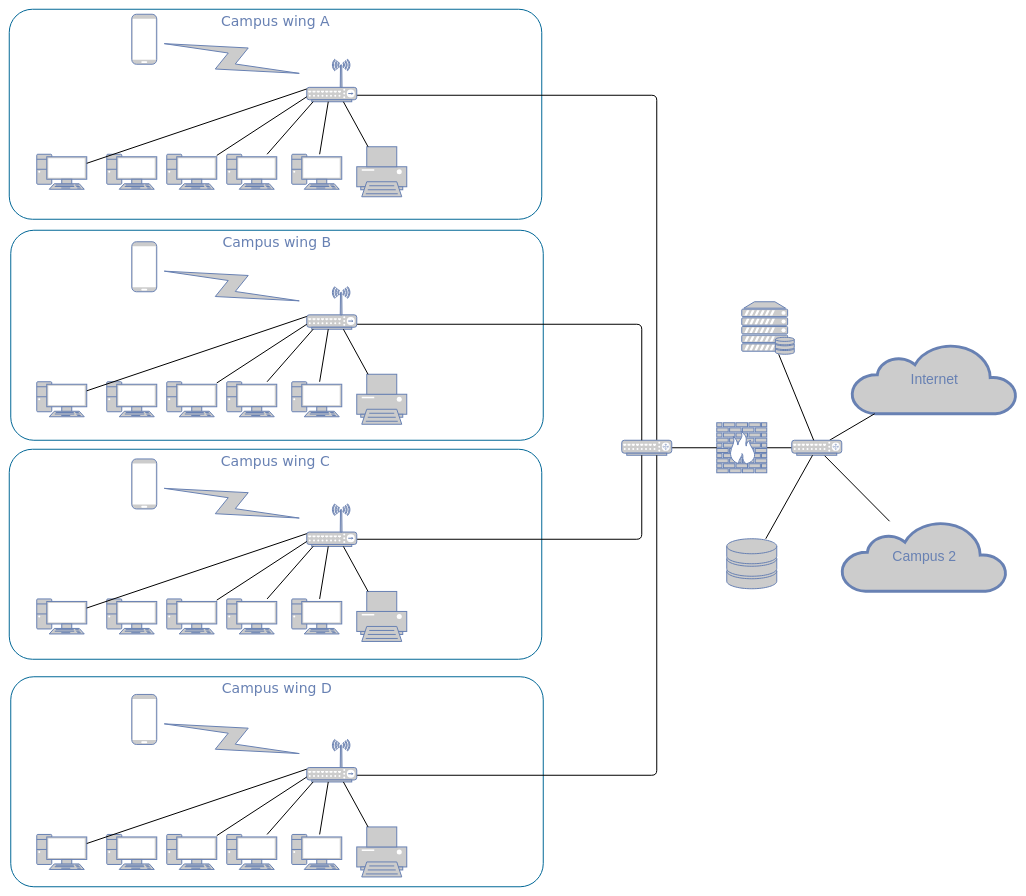
Earlier version of the draw.io diagram 未命名绘图.drawio (Shibo-Zhu/Graduate_draw). Source tidied: cells renumbered, new cells numbered last; positions are measured from the earlier drawing's top-left corner, leaving out a move shared by most shapes. Both pictures are drawn from the tidied source at 50%, with x=0, y=0 at pixel (9, 9).
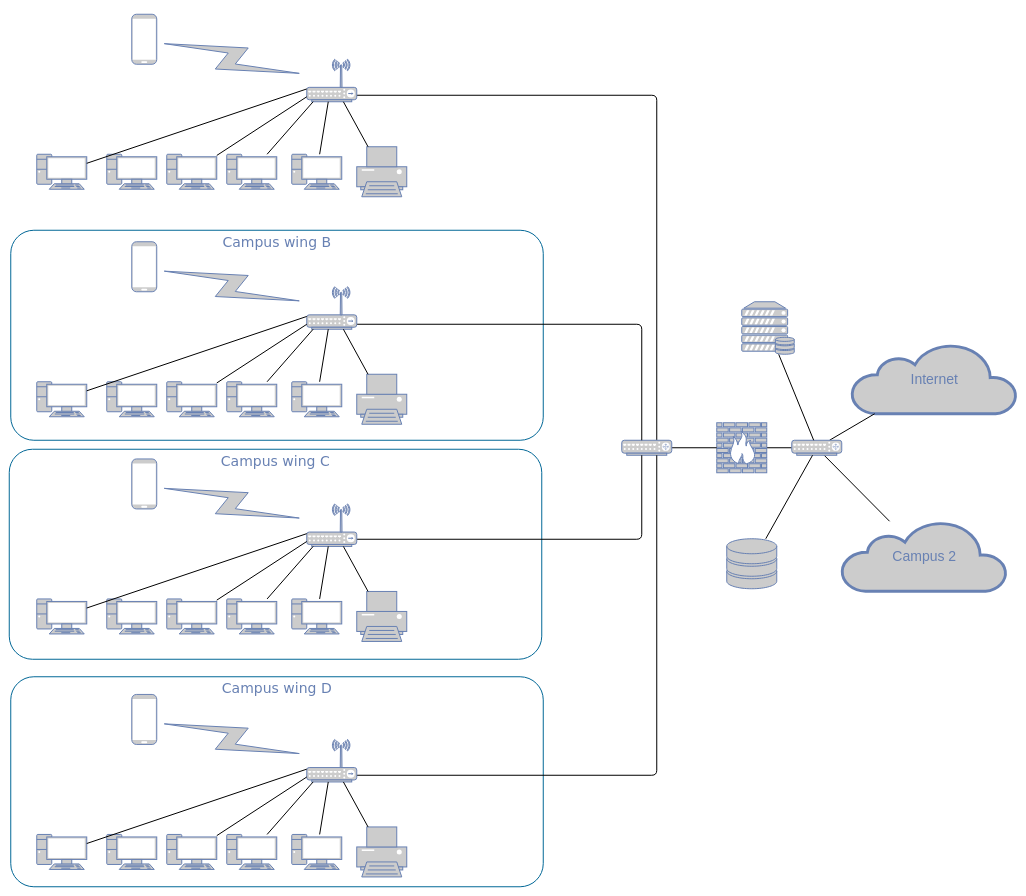
Above is the later version.

Commit message:
更新未命名绘图.drawio

The edit, as a diff of the source:
```diff
@@
-    <mxCell id="5" value="Campus wing A" style="rounded=1;whiteSpace=wrap;html=1;shadow=0;comic=0;strokeColor=#036897;strokeWidth=2;fillColor=none;fontFamily=Verdana;fontSize=28;fontColor=#6881B3;align=center;arcSize=11;verticalAlign=top;" parent="1" vertex="1">
-      <mxGeometry width="1065" height="420" as="geometry" />
-    </mxCell>
```
